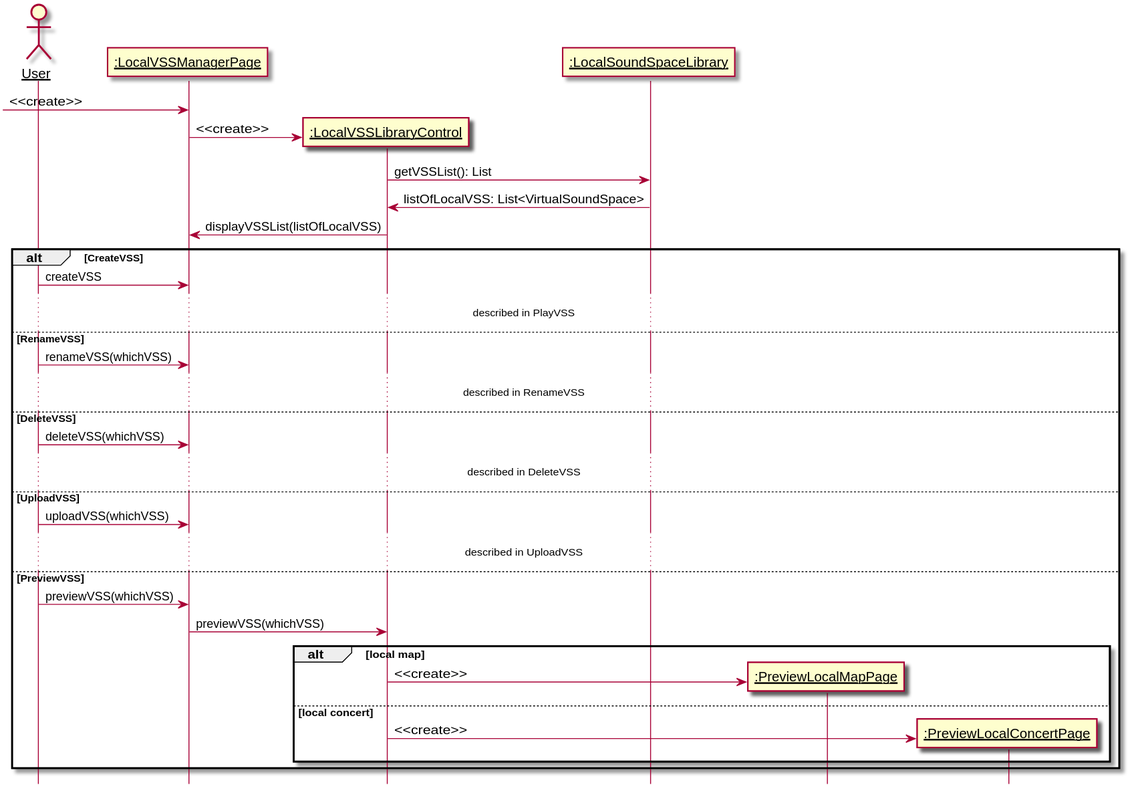
The PlantUML diagram 需求定义和分析/ManageLocalVSSLibrary.svg in kpp19920121/doc, before a commit.
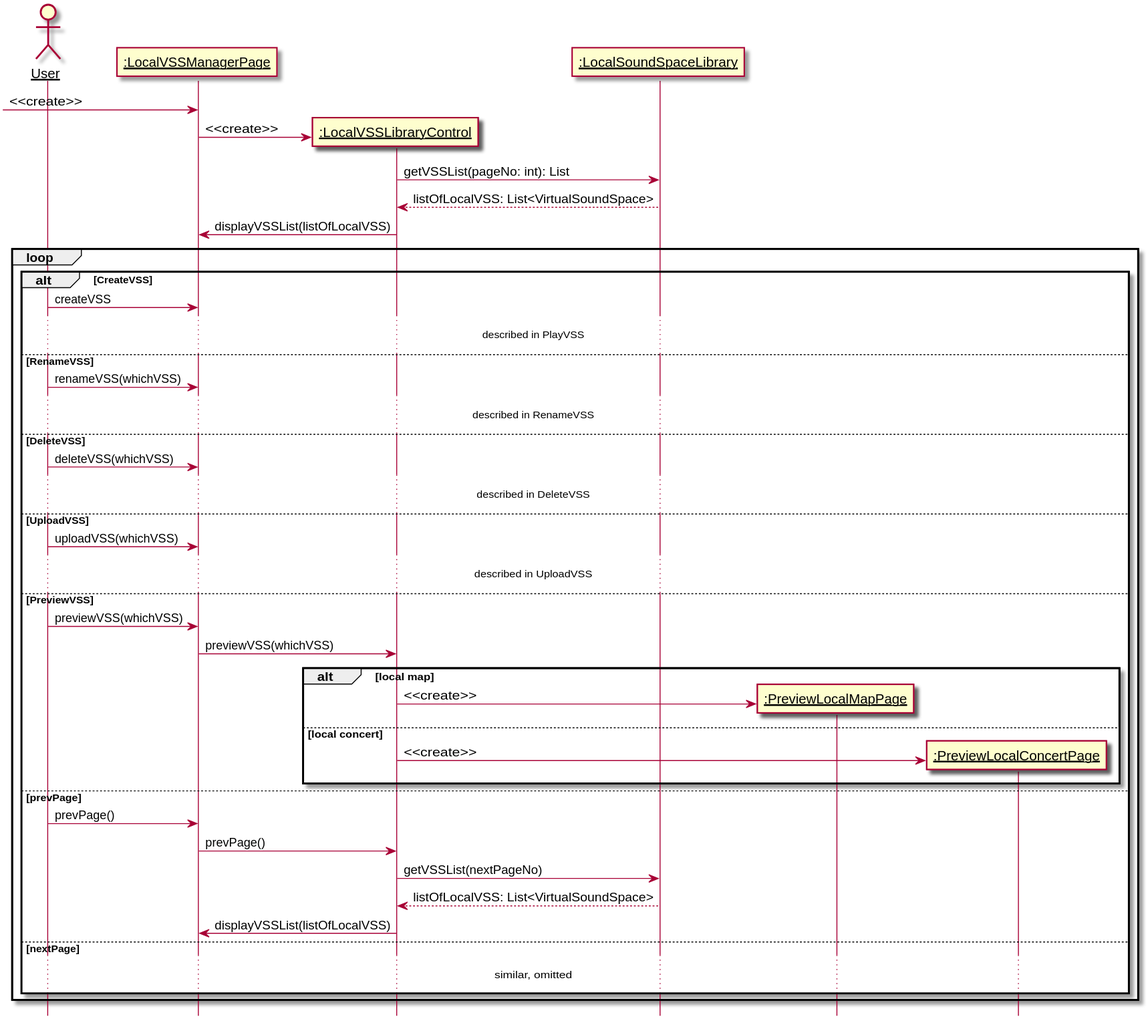
After the commit.

What changed in the source:
```diff
@@ -11,35 +11,44 @@
 [-> boundary: <<create>>
 create control
 boundary -> control: <<create>>
-control -> library: getVSSList(): List
-library -> control: listOfLocalVSS: List<VirtualSoundSpace>
+control -> library: getVSSList(pageNo: int): List
+library --> control: listOfLocalVSS: List<VirtualSoundSpace>
 control -> boundary: displayVSSList(listOfLocalVSS)
 
+loop
+    alt CreateVSS
+        user -> boundary: createVSS
+        ...described in PlayVSS...
+    else RenameVSS
+        user -> boundary: renameVSS(whichVSS)
+        ...described in RenameVSS...
+    else DeleteVSS
+        user -> boundary: deleteVSS(whichVSS)
+        ...described in DeleteVSS...
+    else UploadVSS
+        user -> boundary: uploadVSS(whichVSS)
+        ...described in UploadVSS...
+    else PreviewVSS
+        user -> boundary: previewVSS(whichVSS)
+        boundary -> control: previewVSS(whichVSS)
+        alt local map
+            participant ":PreviewLocalMapPage" as plmp
+            create plmp
+            control -> plmp: <<create>>
 
-alt CreateVSS
-    user -> boundary: createVSS
-    ...described in PlayVSS...
-else RenameVSS
-    user -> boundary: renameVSS(whichVSS)
-    ...described in RenameVSS...
-else DeleteVSS
-    user -> boundary: deleteVSS(whichVSS)
-    ...described in DeleteVSS...
-else UploadVSS
-    user -> boundary: uploadVSS(whichVSS)
-    ...described in UploadVSS...
-else PreviewVSS
-    user -> boundary: previewVSS(whichVSS)
-    boundary -> control: previewVSS(whichVSS)
-    alt local map
-        participant ":PreviewLocalMapPage" as plmp
-        create plmp
-        control -> plmp: <<create>>
-
-    else local concert
-        participant ":PreviewLocalConcertPage" as plcp
-        create plcp
-        control -> plcp: <<create>>
+        else local concert
+            participant ":PreviewLocalConcertPage" as plcp
+            create plcp
+            control -> plcp: <<create>>
+        end
+    else prevPage
+        user -> boundary: prevPage()
+        boundary -> control: prevPage()
+        control -> library: getVSSList(nextPageNo)
+        library --> control: listOfLocalVSS: List<VirtualSoundSpace>
+        control -> boundary: displayVSSList(listOfLocalVSS)
+    else nextPage
+    ...similar, omitted...
     end
 end
 @enduml
```
